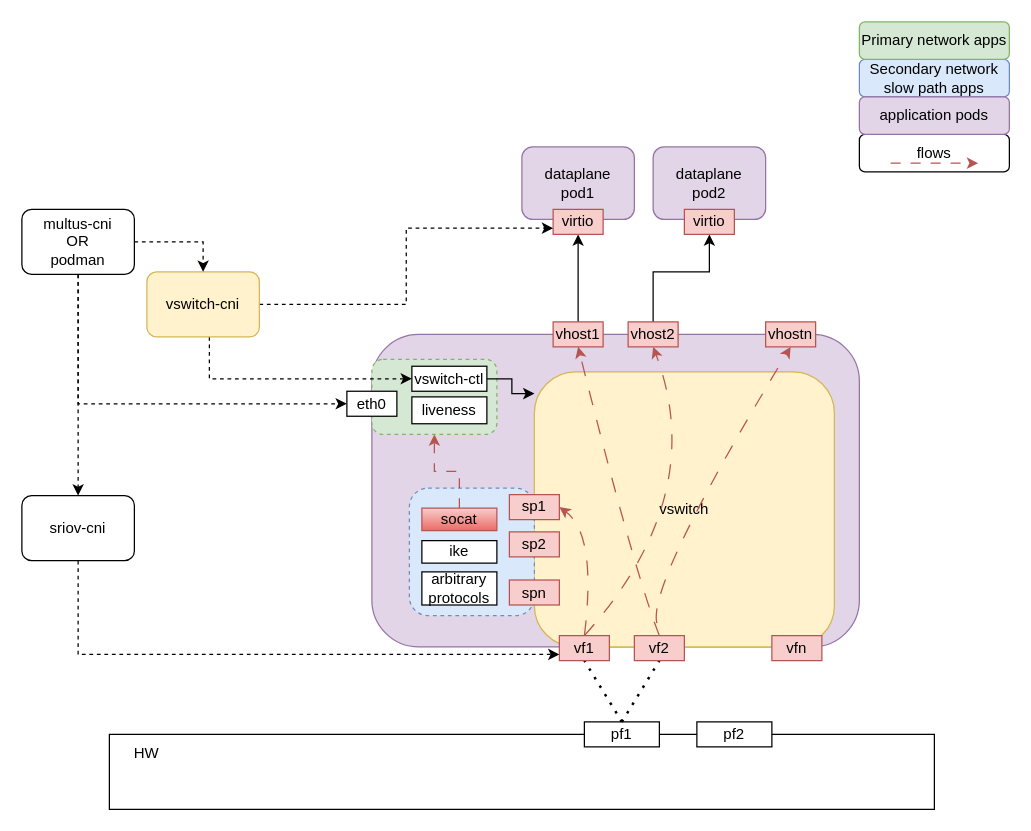
The draw.io diagram vswitch.drawio in sriramy/drawio, before the edit. Source tidied: cells renumbered, new cells numbered last; positions are measured from the earlier drawing's top-left corner, leaving out a move shared by most shapes. Both pictures are drawn from the tidied source at 125%, with x=0, y=0 at pixel (21, 21).
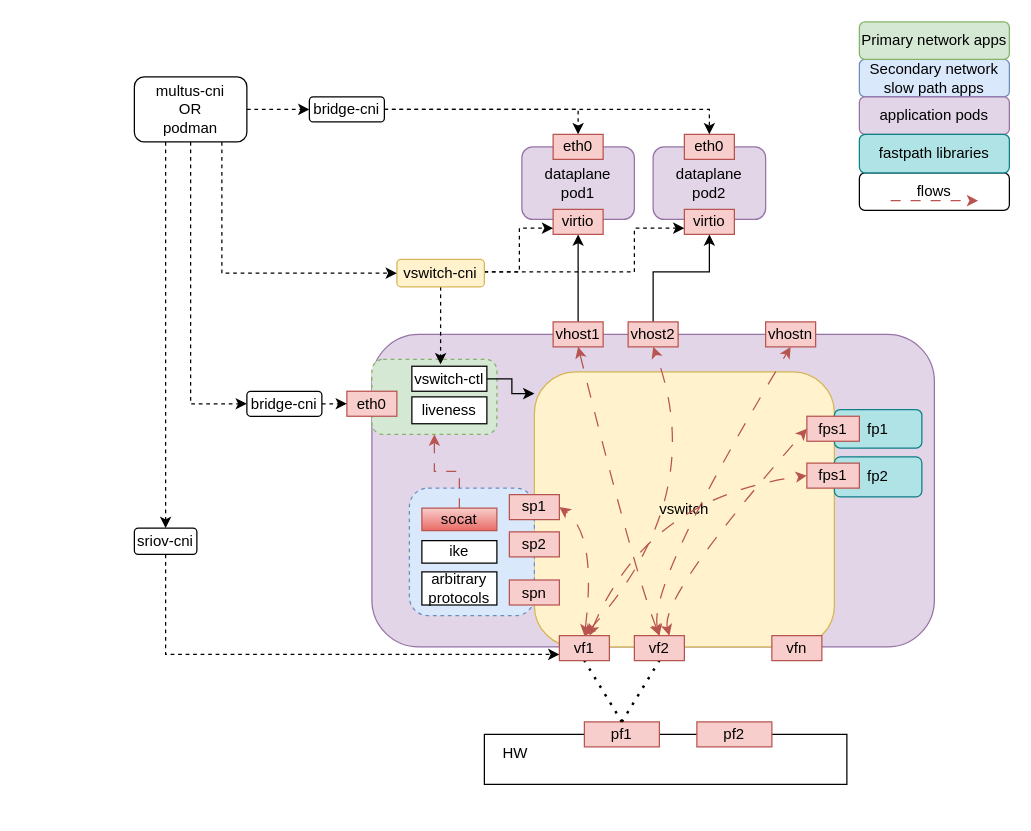
The same page after the edit.

The change refers to these unchanged cells:
```xml
<mxCell id="5" value="vhost1" style="rounded=0;whiteSpace=wrap;html=1;fillColor=#f8cecc;strokeColor=#b85450;" parent="1" vertex="1">
  <mxGeometry x="425" y="240" width="40" height="20" as="geometry" />
</mxCell>
<mxCell id="7" value="vhost2" style="rounded=0;whiteSpace=wrap;html=1;fillColor=#f8cecc;strokeColor=#b85450;" parent="1" vertex="1">
  <mxGeometry x="485" y="240" width="40" height="20" as="geometry" />
</mxCell>
<mxCell id="8" value="vhostn" style="rounded=0;whiteSpace=wrap;html=1;fillColor=#f8cecc;strokeColor=#b85450;" parent="1" vertex="1">
  <mxGeometry x="595" y="240" width="40" height="20" as="geometry" />
</mxCell>
<mxCell id="21" value="vswitch-ctl" style="rounded=0;whiteSpace=wrap;html=1;" parent="1" vertex="1">
  <mxGeometry x="312" y="275.5" width="60" height="20" as="geometry" />
</mxCell>
<mxCell id="24" value="sp1" style="rounded=0;whiteSpace=wrap;html=1;fillColor=#f8cecc;strokeColor=#b85450;" parent="1" vertex="1">
  <mxGeometry x="390" y="378.2" width="40" height="20" as="geometry" />
</mxCell>
<mxCell id="28" value="vf1" style="rounded=0;whiteSpace=wrap;html=1;fillColor=#f8cecc;strokeColor=#b85450;" parent="1" vertex="1">
  <mxGeometry x="430" y="491" width="40" height="20" as="geometry" />
</mxCell>
<mxCell id="34" value="virtio" style="rounded=0;whiteSpace=wrap;html=1;fillColor=#f8cecc;strokeColor=#b85450;" parent="1" vertex="1">
  <mxGeometry x="425" y="150" width="40" height="20" as="geometry" />
</mxCell>
<mxCell id="36" value="virtio" style="rounded=0;whiteSpace=wrap;html=1;fillColor=#f8cecc;strokeColor=#b85450;" parent="1" vertex="1">
  <mxGeometry x="530" y="150" width="40" height="20" as="geometry" />
</mxCell>
<mxCell id="50" value="vf2" style="rounded=0;whiteSpace=wrap;html=1;fillColor=#f8cecc;strokeColor=#b85450;" parent="1" vertex="1">
  <mxGeometry x="490" y="491" width="40" height="20" as="geometry" />
</mxCell>
```

Diff of the diagram source:
```diff
@@
     <mxCell id="2" value="flows" style="rounded=1;whiteSpace=wrap;html=1;" parent="1" vertex="1">
-      <mxGeometry x="670" y="90" width="120" height="30" as="geometry" />
+      <mxGeometry x="670" y="120.8" width="120" height="30" as="geometry" />
     </mxCell>
     <mxCell id="3" style="rounded=1;whiteSpace=wrap;html=1;fillColor=#e1d5e7;strokeColor=#9673a6;" parent="1" vertex="1">
-      <mxGeometry x="280" y="250" width="390" height="250" as="geometry" />
+      <mxGeometry x="280" y="250" width="450" height="250" as="geometry" />
     </mxCell>
@@
     <mxCell id="9" style="rounded=0;whiteSpace=wrap;html=1;" parent="1" vertex="1">
-      <mxGeometry x="70" y="570" width="660" height="60" as="geometry" />
+      <mxGeometry x="370" y="570" width="290" height="40" as="geometry" />
     </mxCell>
     <mxCell id="10" value="HW" style="text;html=1;strokeColor=none;fillColor=none;align=center;verticalAlign=middle;whiteSpace=wrap;rounded=0;" parent="1" vertex="1">
-      <mxGeometry x="70" y="570" width="60" height="30" as="geometry" />
+      <mxGeometry x="365" y="570" width="60" height="30" as="geometry" />
     </mxCell>
-    <mxCell id="11" value="pf1" style="rounded=0;whiteSpace=wrap;html=1;" parent="1" vertex="1">
+    <mxCell id="11" value="pf1" style="rounded=0;whiteSpace=wrap;html=1;fillColor=#f8cecc;strokeColor=#b85450;" parent="1" vertex="1">
       <mxGeometry x="450" y="560" width="60" height="20" as="geometry" />
     </mxCell>
-    <mxCell id="12" value="pf2" style="rounded=0;whiteSpace=wrap;html=1;" parent="1" vertex="1">
+    <mxCell id="12" value="pf2" style="rounded=0;whiteSpace=wrap;html=1;fillColor=#f8cecc;strokeColor=#b85450;" parent="1" vertex="1">
       <mxGeometry x="540" y="560" width="60" height="20" as="geometry" />
     </mxCell>
@@
-    <mxCell id="27" value="eth0" style="rounded=0;whiteSpace=wrap;html=1;" parent="1" vertex="1">
+    <mxCell id="27" value="eth0" style="rounded=0;whiteSpace=wrap;html=1;fillColor=#f8cecc;strokeColor=#b85450;" parent="1" vertex="1">
       <mxGeometry x="260" y="295.5" width="40" height="20" as="geometry" />
     </mxCell>
@@
-    <mxCell id="30" style="curved=1;endArrow=classic;html=1;rounded=0;exitX=0.5;exitY=0;exitDx=0;exitDy=0;entryX=0.5;entryY=1;entryDx=0;entryDy=0;dashed=1;dashPattern=12 12;fillColor=#f8cecc;strokeColor=#b85450;" parent="1" edge="1" source="28" target="7">
+    <mxCell id="30" style="curved=1;endArrow=classic;html=1;rounded=0;exitX=0.5;exitY=0;exitDx=0;exitDy=0;entryX=0.5;entryY=1;entryDx=0;entryDy=0;dashed=1;dashPattern=12 12;fillColor=#f8cecc;strokeColor=#b85450;startArrow=classic;startFill=1;" parent="1" edge="1" source="28" target="7">
       <mxGeometry relative="1" as="geometry">
         <Array as="points">
           <mxPoint x="550" y="380" />
         </Array>
       </mxGeometry>
     </mxCell>
-    <mxCell id="31" style="curved=1;endArrow=classic;html=1;rounded=0;exitX=0.5;exitY=0;exitDx=0;exitDy=0;entryX=1;entryY=0.5;entryDx=0;entryDy=0;dashed=1;dashPattern=12 12;fillColor=#f8cecc;strokeColor=#b85450;" parent="1" edge="1" source="28" target="24">
+    <mxCell id="31" style="curved=1;endArrow=classic;html=1;rounded=0;exitX=0.5;exitY=0;exitDx=0;exitDy=0;entryX=1;entryY=0.5;entryDx=0;entryDy=0;dashed=1;dashPattern=12 12;fillColor=#f8cecc;strokeColor=#b85450;startArrow=classic;startFill=1;" parent="1" edge="1" source="28" target="24">
       <mxGeometry relative="1" as="geometry">
         <Array as="points">
           <mxPoint x="460" y="410" />
         </Array>
       </mxGeometry>
     </mxCell>
-    <mxCell id="32" style="curved=1;endArrow=classic;html=1;rounded=0;exitX=0.5;exitY=0;exitDx=0;exitDy=0;entryX=0.5;entryY=1;entryDx=0;entryDy=0;dashed=1;dashPattern=12 12;fillColor=#f8cecc;strokeColor=#b85450;" parent="1" edge="1" source="50" target="5">
+    <mxCell id="32" style="curved=1;endArrow=classic;html=1;rounded=0;exitX=0.5;exitY=0;exitDx=0;exitDy=0;entryX=0.5;entryY=1;entryDx=0;entryDy=0;dashed=1;dashPattern=12 12;fillColor=#f8cecc;strokeColor=#b85450;startArrow=classic;startFill=1;" parent="1" edge="1" source="50" target="5">
       <mxGeometry relative="1" as="geometry">
         <Array as="points">
           <mxPoint x="490" y="440" />
         </Array>
       </mxGeometry>
     </mxCell>
@@
-    <mxCell id="38" style="curved=1;endArrow=classic;html=1;rounded=0;exitX=0.45;exitY=-0.5;exitDx=0;exitDy=0;entryX=0.5;entryY=1;entryDx=0;entryDy=0;dashed=1;dashPattern=12 12;fillColor=#f8cecc;strokeColor=#b85450;exitPerimeter=0;" parent="1" edge="1" source="50" target="8">
+    <mxCell id="38" style="curved=1;endArrow=classic;html=1;rounded=0;exitX=0.5;exitY=0;exitDx=0;exitDy=0;entryX=0.5;entryY=1;entryDx=0;entryDy=0;dashed=1;dashPattern=12 12;fillColor=#f8cecc;strokeColor=#b85450;startArrow=classic;startFill=1;" parent="1" edge="1" source="50" target="8">
       <mxGeometry relative="1" as="geometry">
         <Array as="points">
           <mxPoint x="500" y="450" />
         </Array>
       </mxGeometry>
     </mxCell>
     <mxCell id="39" style="endArrow=classic;html=1;rounded=0;dashed=1;dashPattern=8 8;fillColor=#f8cecc;strokeColor=#b85450;" parent="1" edge="1">
       <mxGeometry relative="1" as="geometry">
-        <mxPoint x="695" y="113" as="sourcePoint" />
-        <mxPoint x="765" y="113" as="targetPoint" />
+        <mxPoint x="695" y="143" as="sourcePoint" />
+        <mxPoint x="765" y="143" as="targetPoint" />
       </mxGeometry>
     </mxCell>
     <mxCell id="40" style="edgeStyle=orthogonalEdgeStyle;rounded=0;jettySize=auto;html=1;entryX=0;entryY=0.75;entryDx=0;entryDy=0;fillColor=#fff2cc;strokeColor=#000000;dashed=1;" parent="1" edge="1" source="42" target="34">
-      <mxGeometry relative="1" as="geometry" />
+      <mxGeometry relative="1" as="geometry">
+        <Array as="points">
+          <mxPoint x="398" y="200" />
+          <mxPoint x="398" y="165" />
+        </Array>
+      </mxGeometry>
     </mxCell>
-    <mxCell id="41" style="edgeStyle=orthogonalEdgeStyle;rounded=0;jettySize=auto;html=1;entryX=0;entryY=0.5;entryDx=0;entryDy=0;fillColor=#fff2cc;strokeColor=#000000;dashed=1;" parent="1" edge="1" source="42" target="21">
-      <mxGeometry relative="1" as="geometry">
-        <Array as="points">
-          <mxPoint x="150" y="286" />
-        </Array>
-      </mxGeometry>
+    <mxCell id="41" style="edgeStyle=orthogonalEdgeStyle;rounded=0;jettySize=auto;html=1;entryX=0.383;entryY=-0.075;entryDx=0;entryDy=0;fillColor=#fff2cc;strokeColor=#000000;dashed=1;exitX=0.5;exitY=1;exitDx=0;exitDy=0;entryPerimeter=0;" parent="1" edge="1" source="42" target="21">
+      <mxGeometry relative="1" as="geometry" />
     </mxCell>
+    <mxCell id="53" style="edgeStyle=orthogonalEdgeStyle;rounded=0;jettySize=auto;html=1;entryX=0;entryY=0.75;entryDx=0;entryDy=0;dashed=1;" parent="1" edge="1" source="42" target="36">
+      <mxGeometry relative="1" as="geometry">
+        <Array as="points">
+          <mxPoint x="490" y="200" />
+          <mxPoint x="490" y="165" />
+        </Array>
+      </mxGeometry>
+    </mxCell>
     <mxCell id="42" value="vswitch-cni" style="rounded=1;whiteSpace=wrap;html=1;fillColor=#fff2cc;strokeColor=#d6b656;" parent="1" vertex="1">
-      <mxGeometry x="100" y="200" width="90" height="52" as="geometry" />
+      <mxGeometry x="300" y="190" width="70" height="22" as="geometry" />
     </mxCell>
-    <mxCell id="43" style="edgeStyle=orthogonalEdgeStyle;rounded=0;jettySize=auto;html=1;entryX=0.5;entryY=0;entryDx=0;entryDy=0;dashed=1;" parent="1" edge="1" source="46" target="42">
-      <mxGeometry relative="1" as="geometry" />
-    </mxCell>
-    <mxCell id="44" style="edgeStyle=orthogonalEdgeStyle;rounded=0;jettySize=auto;html=1;entryX=0;entryY=0.5;entryDx=0;entryDy=0;dashed=1;" parent="1" edge="1" source="46" target="27">
-      <mxGeometry relative="1" as="geometry">
-        <Array as="points">
-          <mxPoint x="45" y="306" />
-        </Array>
-      </mxGeometry>
+    <mxCell id="44" style="edgeStyle=orthogonalEdgeStyle;rounded=0;jettySize=auto;html=1;entryX=0;entryY=0.5;entryDx=0;entryDy=0;dashed=1;exitX=1;exitY=0.5;exitDx=0;exitDy=0;" parent="1" edge="1" source="57" target="27">
+      <mxGeometry relative="1" as="geometry" />
     </mxCell>
     <mxCell id="45" style="edgeStyle=orthogonalEdgeStyle;rounded=0;jettySize=auto;html=1;entryX=0.5;entryY=0;entryDx=0;entryDy=0;dashed=1;" parent="1" edge="1" source="46" target="48">
-      <mxGeometry relative="1" as="geometry" />
+      <mxGeometry relative="1" as="geometry">
+        <Array as="points">
+          <mxPoint x="115" y="240" />
+          <mxPoint x="115" y="240" />
+        </Array>
+      </mxGeometry>
     </mxCell>
+    <mxCell id="54" style="edgeStyle=orthogonalEdgeStyle;rounded=0;jettySize=auto;html=1;entryX=0;entryY=0.5;entryDx=0;entryDy=0;dashed=1;" parent="1" edge="1" source="46" target="61">
+      <mxGeometry relative="1" as="geometry" />
+    </mxCell>
+    <mxCell id="43" style="edgeStyle=orthogonalEdgeStyle;rounded=0;jettySize=auto;html=1;entryX=0;entryY=0.5;entryDx=0;entryDy=0;dashed=1;" parent="1" edge="1" source="46" target="42">
+      <mxGeometry relative="1" as="geometry">
+        <Array as="points">
+          <mxPoint x="160" y="201" />
+        </Array>
+      </mxGeometry>
+    </mxCell>
     <mxCell id="46" value="multus-cni&lt;br&gt;OR&lt;br&gt;podman" style="rounded=1;whiteSpace=wrap;html=1;" parent="1" vertex="1">
-      <mxGeometry y="150" width="90" height="52" as="geometry" />
+      <mxGeometry x="90" y="44" width="90" height="52" as="geometry" />
     </mxCell>
     <mxCell id="47" style="edgeStyle=orthogonalEdgeStyle;rounded=0;jettySize=auto;html=1;entryX=0;entryY=0.75;entryDx=0;entryDy=0;dashed=1;exitX=0.5;exitY=1;exitDx=0;exitDy=0;" parent="1" edge="1" source="48" target="28">
       <mxGeometry relative="1" as="geometry">
         <Array as="points">
-          <mxPoint x="45" y="506" />
+          <mxPoint x="115" y="506" />
         </Array>
       </mxGeometry>
     </mxCell>
     <mxCell id="48" value="sriov-cni" style="rounded=1;whiteSpace=wrap;html=1;" parent="1" vertex="1">
-      <mxGeometry y="379" width="90" height="52" as="geometry" />
+      <mxGeometry x="90" y="405" width="50" height="21" as="geometry" />
     </mxCell>
@@
+    <mxCell id="55" value="eth0" style="rounded=0;whiteSpace=wrap;html=1;fillColor=#f8cecc;strokeColor=#b85450;" parent="1" vertex="1">
+      <mxGeometry x="425" y="90" width="40" height="20" as="geometry" />
+    </mxCell>
+    <mxCell id="56" style="edgeStyle=orthogonalEdgeStyle;rounded=0;jettySize=auto;html=1;entryX=0;entryY=0.5;entryDx=0;entryDy=0;dashed=1;exitX=0.5;exitY=1;exitDx=0;exitDy=0;" parent="1" edge="1" source="46" target="57">
+      <mxGeometry relative="1" as="geometry" />
+    </mxCell>
+    <mxCell id="57" value="bridge-cni" style="rounded=1;whiteSpace=wrap;html=1;" parent="1" vertex="1">
+      <mxGeometry x="180" y="295.5" width="60" height="20" as="geometry" />
+    </mxCell>
+    <mxCell id="58" value="eth0" style="rounded=0;whiteSpace=wrap;html=1;fillColor=#f8cecc;strokeColor=#b85450;" parent="1" vertex="1">
+      <mxGeometry x="530" y="90" width="40" height="20" as="geometry" />
+    </mxCell>
+    <mxCell id="59" style="edgeStyle=orthogonalEdgeStyle;rounded=0;jettySize=auto;html=1;entryX=0.5;entryY=0;entryDx=0;entryDy=0;dashed=1;" parent="1" edge="1" source="61" target="55">
+      <mxGeometry relative="1" as="geometry" />
+    </mxCell>
+    <mxCell id="60" style="edgeStyle=orthogonalEdgeStyle;rounded=0;jettySize=auto;html=1;entryX=0.5;entryY=0;entryDx=0;entryDy=0;dashed=1;" parent="1" edge="1" source="61" target="58">
+      <mxGeometry relative="1" as="geometry" />
+    </mxCell>
+    <mxCell id="61" value="bridge-cni" style="rounded=1;whiteSpace=wrap;html=1;" parent="1" vertex="1">
+      <mxGeometry x="230" y="60" width="60" height="20" as="geometry" />
+    </mxCell>
+    <mxCell id="62" value="fp1" style="rounded=1;whiteSpace=wrap;html=1;fillColor=#b0e3e6;strokeColor=#0e8088;" parent="1" vertex="1">
+      <mxGeometry x="650" y="310.1" width="70" height="30.8" as="geometry" />
+    </mxCell>
+    <mxCell id="63" value="fp2" style="rounded=1;whiteSpace=wrap;html=1;fillColor=#b0e3e6;strokeColor=#0e8088;" parent="1" vertex="1">
+      <mxGeometry x="650" y="348" width="70" height="32" as="geometry" />
+    </mxCell>
+    <mxCell id="64" value="fps1" style="rounded=0;whiteSpace=wrap;html=1;fillColor=#f8cecc;strokeColor=#b85450;" parent="1" vertex="1">
+      <mxGeometry x="628" y="315.5" width="42" height="20" as="geometry" />
+    </mxCell>
+    <mxCell id="65" value="fps1" style="rounded=0;whiteSpace=wrap;html=1;fillColor=#f8cecc;strokeColor=#b85450;" parent="1" vertex="1">
+      <mxGeometry x="628" y="353" width="42" height="20" as="geometry" />
+    </mxCell>
+    <mxCell id="66" style="curved=1;endArrow=classic;html=1;rounded=0;exitX=0.45;exitY=-0.5;exitDx=0;exitDy=0;entryX=0;entryY=0.5;entryDx=0;entryDy=0;dashed=1;dashPattern=12 12;fillColor=#f8cecc;strokeColor=#b85450;exitPerimeter=0;startArrow=classic;startFill=1;" parent="1" edge="1" target="64">
+      <mxGeometry relative="1" as="geometry">
+        <mxPoint x="518" y="491" as="sourcePoint" />
+        <Array as="points">
+          <mxPoint x="510" y="460" />
+        </Array>
+      </mxGeometry>
+    </mxCell>
+    <mxCell id="67" value="fastpath libraries" style="rounded=1;whiteSpace=wrap;html=1;fillColor=#b0e3e6;strokeColor=#0e8088;" parent="1" vertex="1">
+      <mxGeometry x="670" y="90" width="120" height="30.8" as="geometry" />
+    </mxCell>
+    <mxCell id="68" style="curved=1;endArrow=classic;html=1;rounded=0;entryX=0;entryY=0.5;entryDx=0;entryDy=0;dashed=1;dashPattern=12 12;fillColor=#f8cecc;strokeColor=#b85450;startArrow=classic;startFill=1;" parent="1" edge="1" source="28" target="65">
+      <mxGeometry relative="1" as="geometry">
+        <Array as="points">
+          <mxPoint x="500" y="380" />
+        </Array>
+      </mxGeometry>
+    </mxCell>
```
